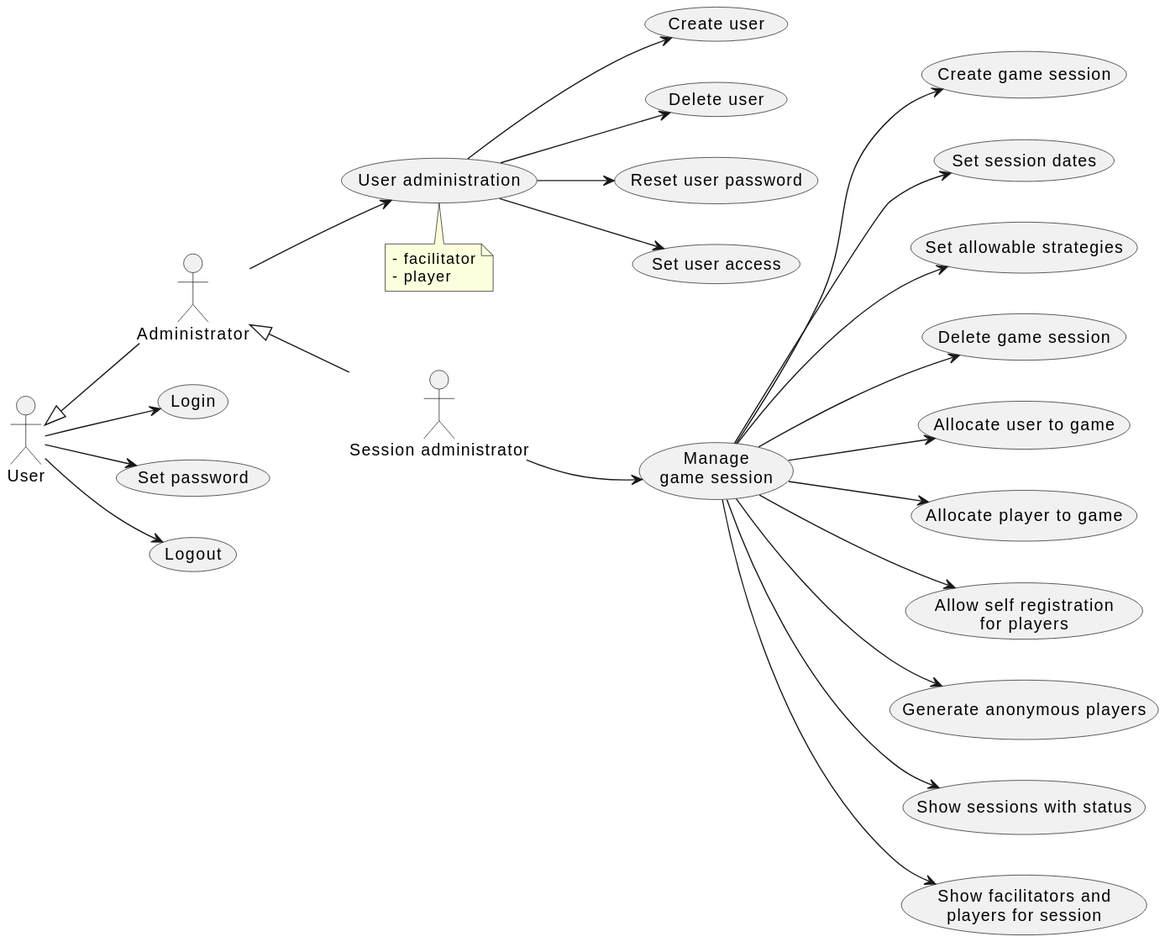
The PlantUML diagram doc/2-use-cases/diagrams/session-administration.svg in averbraeck/gscg-design, before a commit.
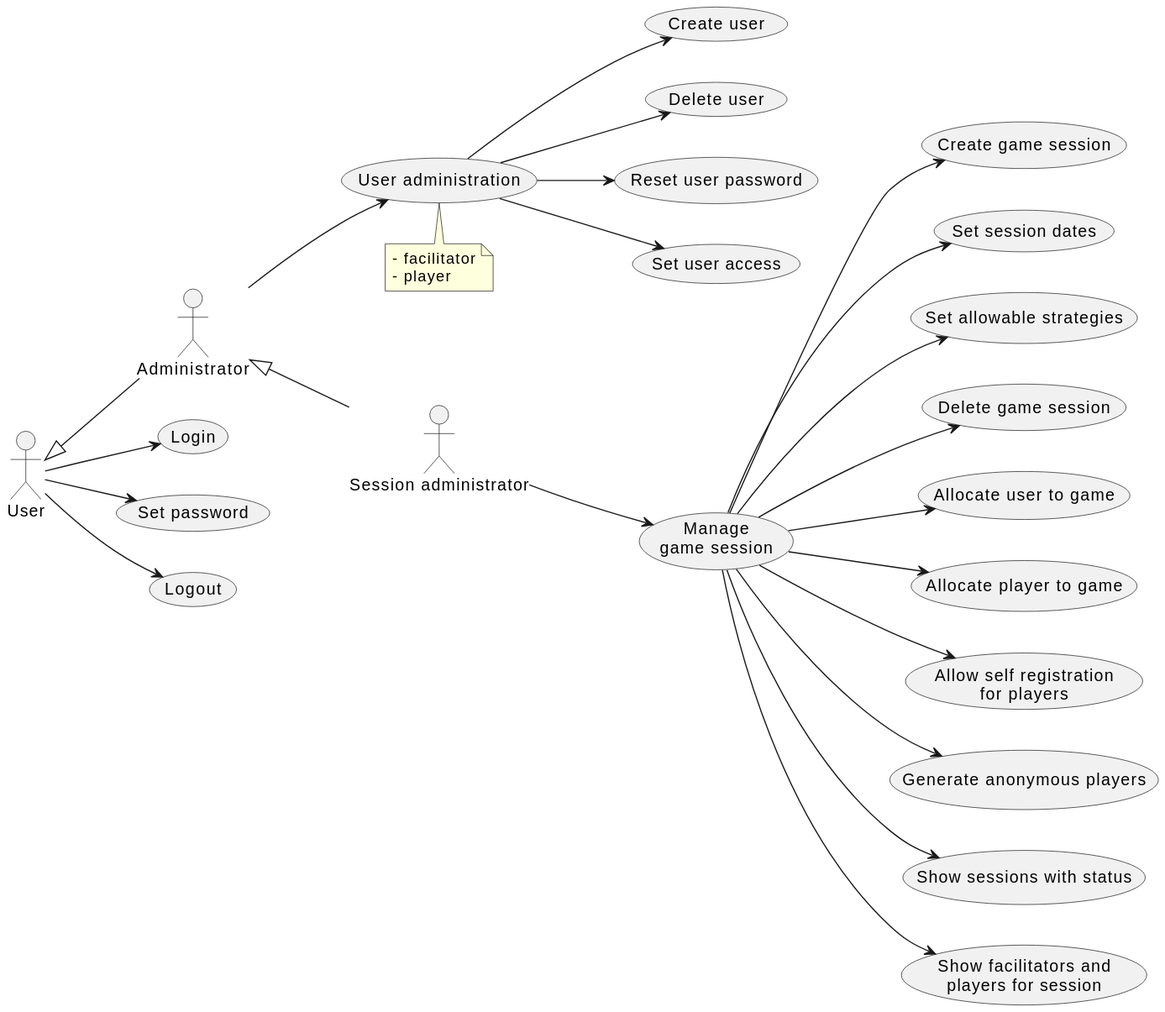
Later version of the same file.

What changed in the source:
```diff
@@ -21,7 +21,7 @@
 (User administration) --> (Set user access)
 
 "Manage\ngame session" as (Manage)
-SA --> Manage : "\n\n\n\n\n\n\n\n\n\n"
+SA --> Manage : "\n\n\n\n\n\n\n\n\n\n\n\n\n\n"
 Manage --> (Create game session)
 Manage --> (Set session dates)
 Manage --> (Set allowable strategies)
```
